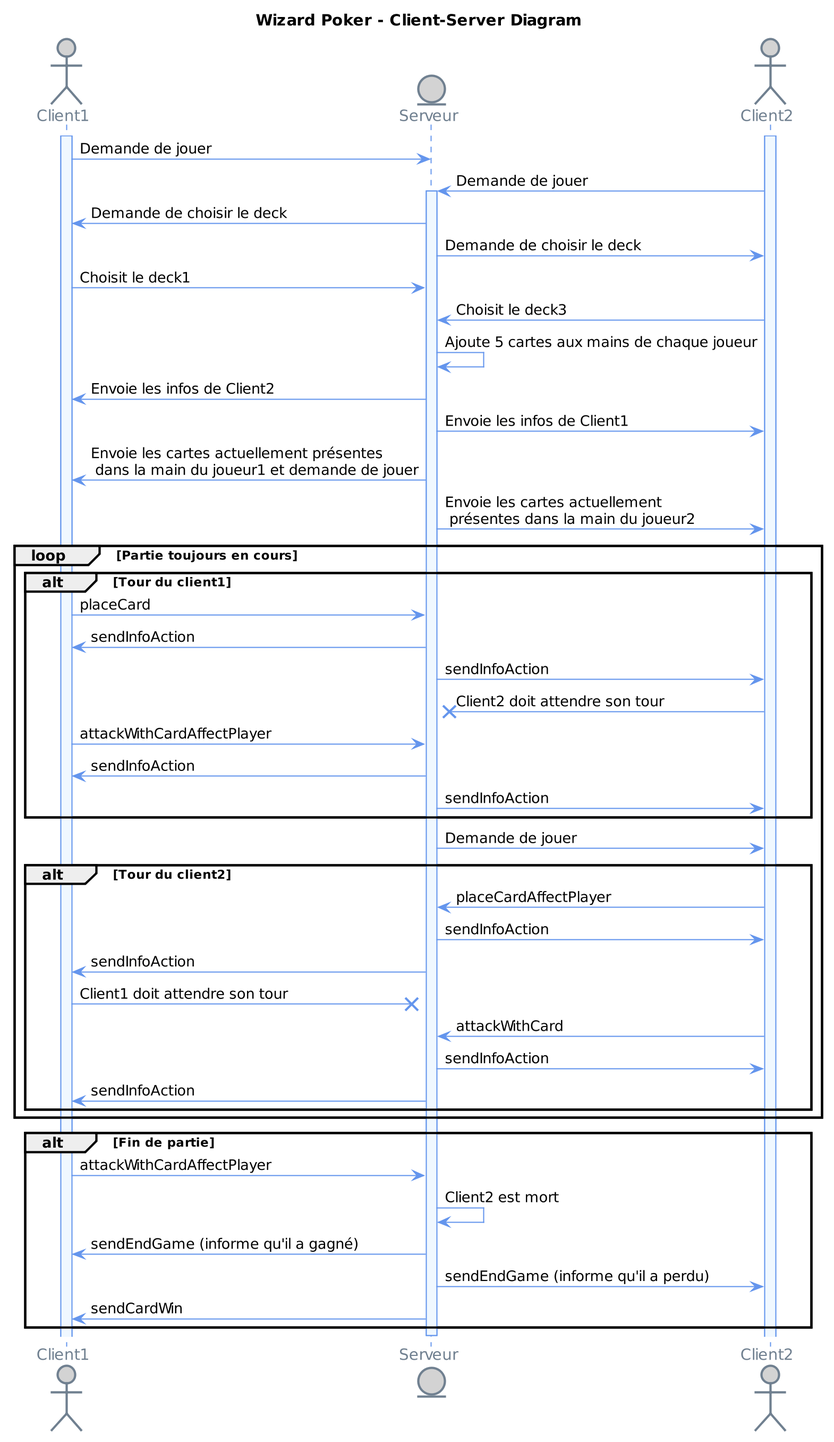
Earlier version of the PlantUML export srd/assets/uml/ClientServerDiagram.png (elishadrion/tetris).
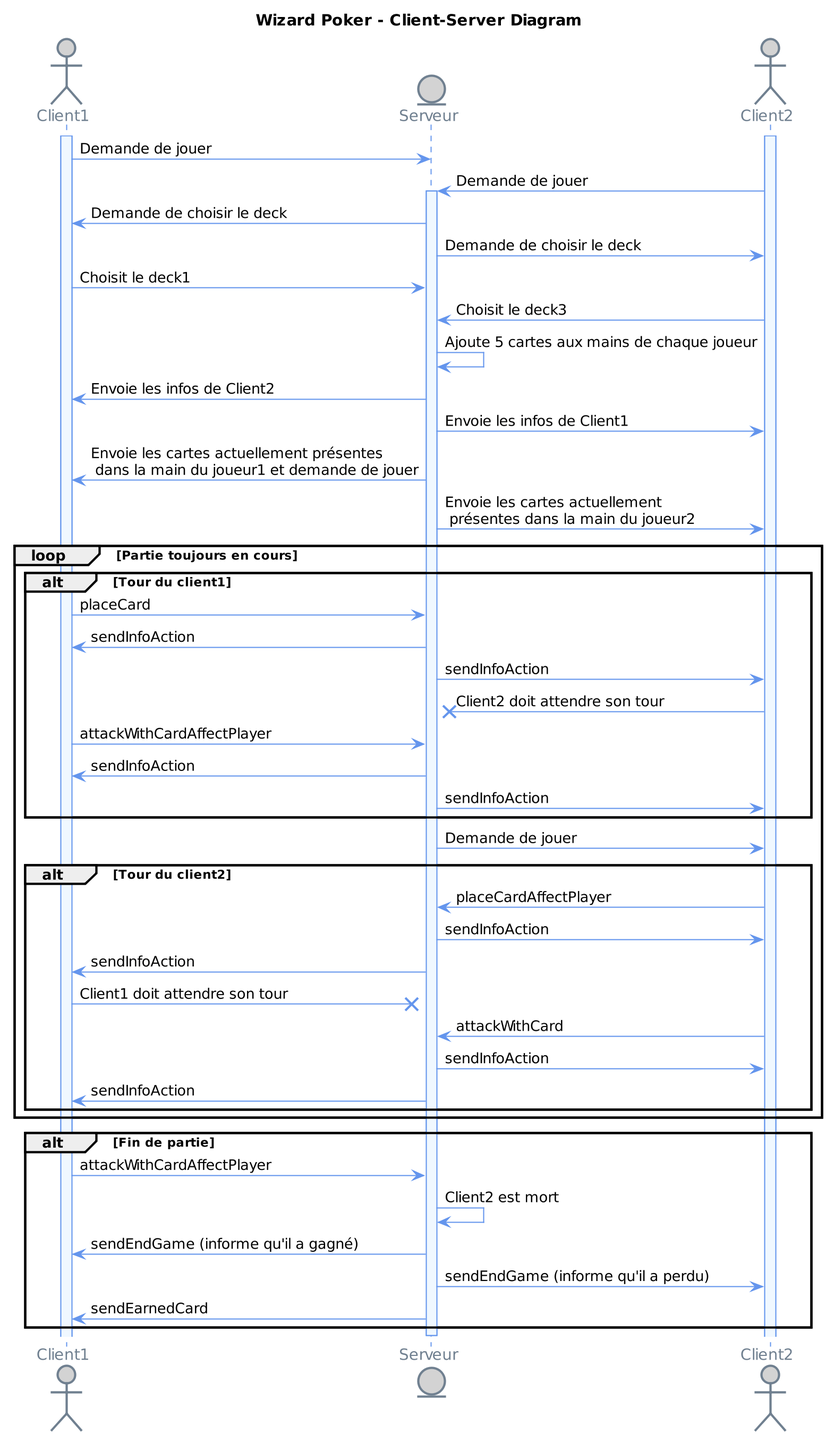
Later version of the same file.

Commit message:
Mise à jour des PNG

Diff of the diagram source:
```diff
@@ -71,7 +71,7 @@
   Serveur -> Serveur : Client2 est mort
   Serveur -> Client1 : sendEndGame (informe qu'il a gagné)
   Serveur -> Client2 : sendEndGame (informe qu'il a perdu)
-  Serveur -> Client1 : sendCardWin
+  Serveur -> Client1 : sendEarnedCard
 end
 deactivate Serveur
 @enduml
```
